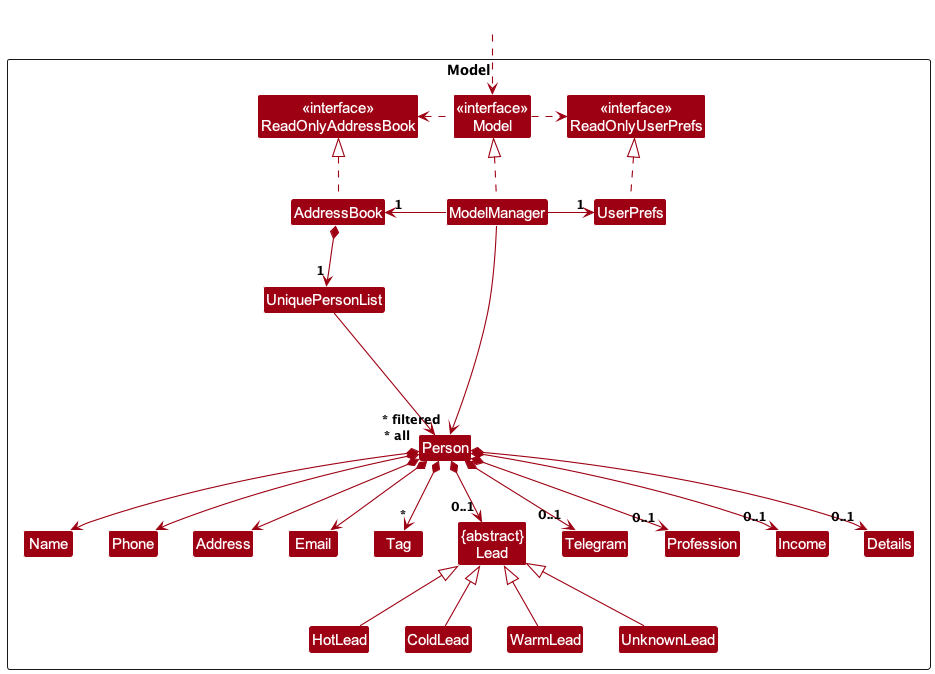
Earlier version of the PlantUML export docs/images/ModelClassDiagram.png (nus-cs2103-AY2324S1/tp).
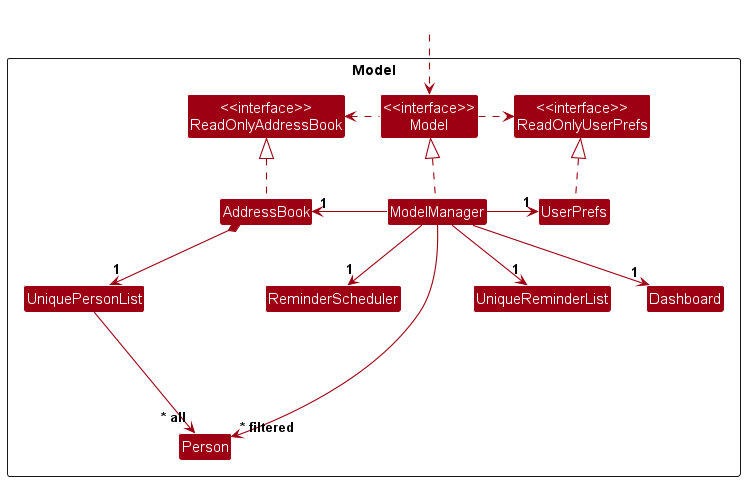
Above is the later version.

The edit, as a diff of the source:
```diff
@@ -11,23 +11,12 @@
 Class AddressBook
 Class ModelManager
 Class UserPrefs
+Class UniqueReminderList
+Class Dashboard
+Class ReminderScheduler
 
 Class UniquePersonList
 Class Person
-Class Address
-Class Email
-Class Name
-Class Phone
-Class Tag
-Class "{abstract}\nLead" as Lead
-Class Telegram
-Class Profession
-Class Income
-Class Details
-Class HotLead
-Class ColdLead
-Class WarmLead
-Class UnknownLead
 
 Class I #FFFFFF
 }
@@ -42,38 +31,16 @@
 Model .left.> ReadOnlyAddressBook
 ModelManager -left-> "1" AddressBook
 ModelManager -right-> "1" UserPrefs
+ModelManager -down-> "1" UniqueReminderList
+ModelManager -down-> "1" Dashboard
+ModelManager -down-> "1" ReminderScheduler
 UserPrefs .up.|> ReadOnlyUserPrefs
 
 AddressBook *--> "1" UniquePersonList
 UniquePersonList --> "~* all" Person
-Person *--> Name
-Person *--> Phone
-Person *--> Email
-Person *--> Address
-Person *--> "*" Tag
-Person *--> "0..1" Lead
-Person *--> "0..1" Telegram
-Person *--> "0..1" Profession
-Person *--> "0..1" Income
-Person *--> "0..1" Details
 
 Person -[hidden]up--> I
 UniquePersonList -[hidden]right-> I
 
-Name -[hidden]right-> Phone
-Phone -[hidden]right-> Address
-Address -[hidden]right-> Email
-Email -[hidden]right-> Tag
-Tag -[hidden]right-> Lead
-Lead -[hidden]right-> Telegram
-Telegram -[hidden]right-> Profession
-Profession -[hidden]right-> Income
-Income -[hidden]right-> Details
-
-HotLead -up-|> Lead
-ColdLead -up-|> Lead
-WarmLead -up-|> Lead
-UnknownLead -up-|> Lead
-
 ModelManager --> "~* filtered" Person
 @enduml
```
